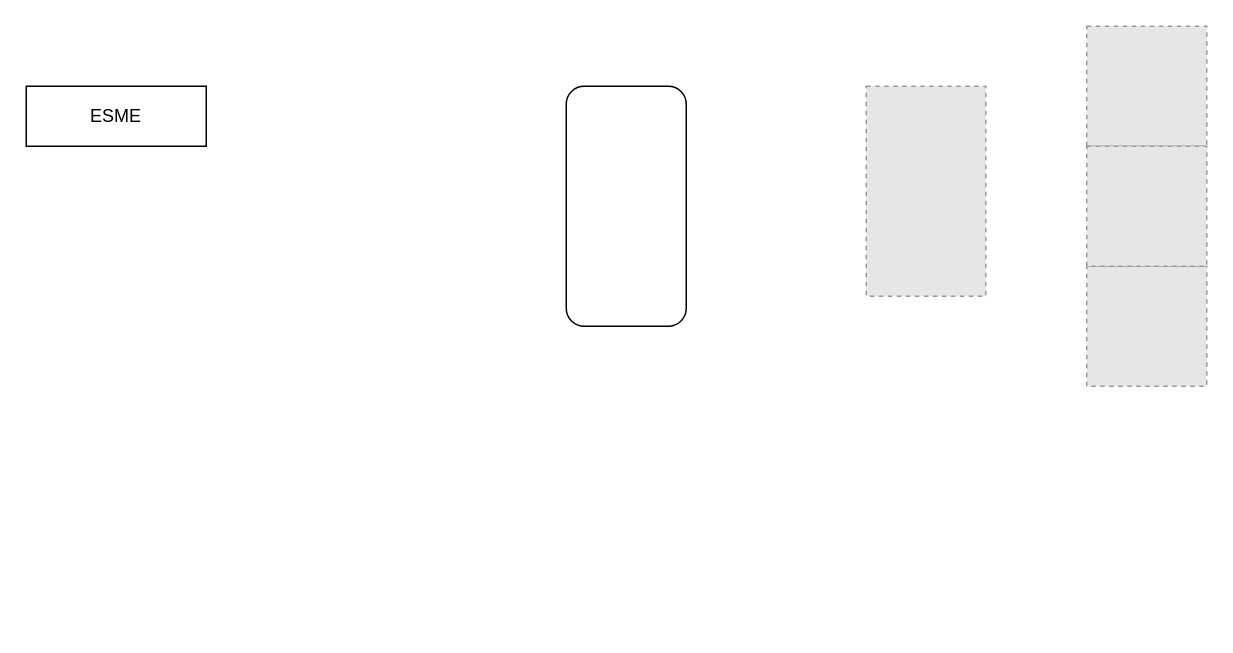
Above: sms_smpp.drawio in PavelKozlov1983/PavelKozlov1983 (draw.io), before the change. Source tidied: cells renumbered, new cells numbered last; positions are measured from the earlier drawing's top-left corner, leaving out a move shared by most shapes. Both pictures are drawn from the tidied source at 150%, with x=0, y=0 at pixel (26, 26). Pictures stored in the file or linked from it are replaced by grey dashed boxes.
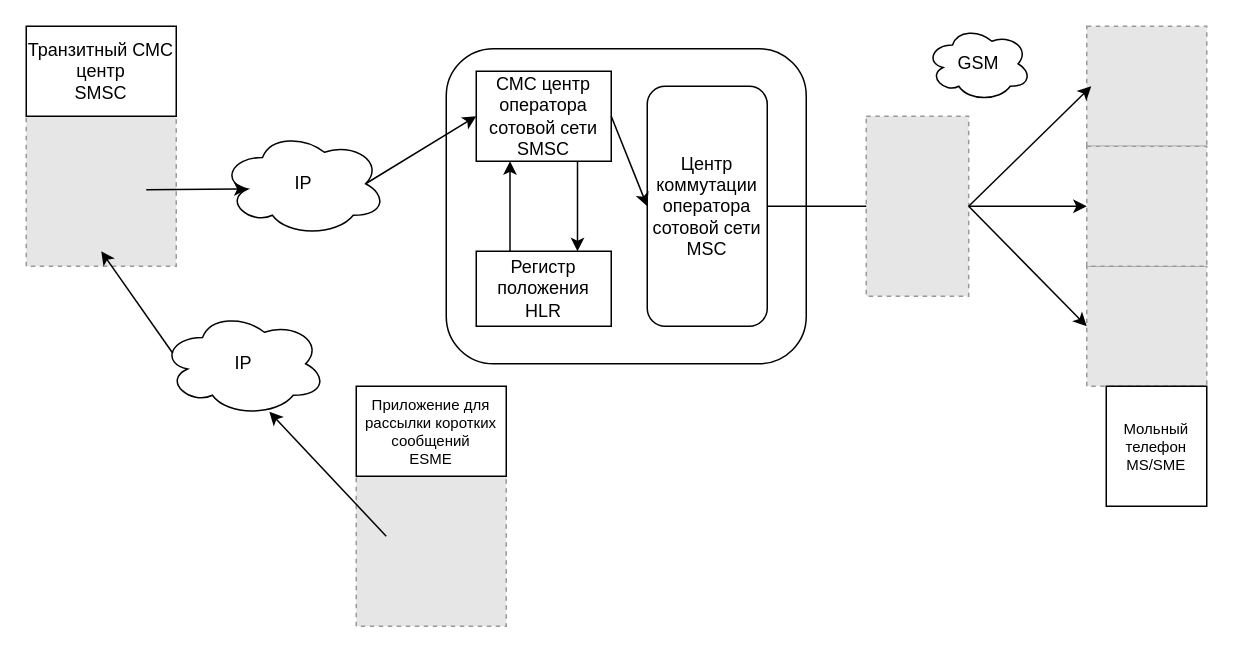
The same page after the edit.

The change refers to these unchanged cells:
```xml
<mxCell id="4" style="fillColor=#E6E6E6;strokeColor=#999999;dashed=1;verticalLabelPosition=bottom;labelBackgroundColor=default;verticalAlign=top;" parent="1" vertex="1">
  <mxGeometry x="707" y="160" width="80" height="80" as="geometry" />
</mxCell>
<mxCell id="5" style="fillColor=#E6E6E6;strokeColor=#999999;dashed=1;verticalLabelPosition=bottom;labelBackgroundColor=default;verticalAlign=top;" parent="1" vertex="1">
  <mxGeometry x="707" y="80" width="80" height="80" as="geometry" />
</mxCell>
```

Change to the diagram source:
```diff
@@
-    <mxCell id="2" value="ESME" style="rounded=0;whiteSpace=wrap;html=1;" parent="1" vertex="1">
-      <mxGeometry y="40" width="120" height="40" as="geometry" />
-    </mxCell>
+    <mxCell id="8" style="rounded=1;whiteSpace=wrap;html=1;" parent="1" vertex="1">
+      <mxGeometry x="280" y="15" width="240" height="210" as="geometry" />
+    </mxCell>
@@
-    <mxCell id="6" style="rounded=1;whiteSpace=wrap;html=1;" parent="1" vertex="1">
-      <mxGeometry x="360" y="40" width="80" height="160" as="geometry" />
+    <mxCell id="6" value="&lt;div&gt;Центр коммутации оператора сотовой сети&lt;/div&gt;&lt;div&gt;MSC&lt;br&gt;&lt;/div&gt;" style="rounded=1;whiteSpace=wrap;html=1;" parent="1" vertex="1">
+      <mxGeometry x="414" y="40" width="80" height="160" as="geometry" />
     </mxCell>
     <mxCell id="7" style="fillColor=#E6E6E6;strokeColor=#999999;dashed=1;verticalLabelPosition=bottom;labelBackgroundColor=default;verticalAlign=top;" parent="1" vertex="1">
-      <mxGeometry x="560" y="40" width="79.7" height="140" as="geometry" />
+      <mxGeometry x="560" y="60" width="68.3" height="120" as="geometry" />
     </mxCell>
+    <mxCell id="9" value="GSM" style="ellipse;shape=cloud;whiteSpace=wrap;html=1;" parent="1" vertex="1">
+      <mxGeometry x="600" width="70" height="50" as="geometry" />
+    </mxCell>
+    <mxCell id="10" style="endArrow=classic;html=1;rounded=0;exitX=1;exitY=0.5;exitDx=0;exitDy=0;" parent="1" edge="1" source="7">
+      <mxGeometry relative="1" as="geometry">
+        <mxPoint x="710" y="40" as="targetPoint" />
+      </mxGeometry>
+    </mxCell>
+    <mxCell id="11" style="endArrow=classic;html=1;rounded=0;exitX=1;exitY=0.5;exitDx=0;exitDy=0;entryX=0;entryY=0.5;entryDx=0;entryDy=0;" parent="1" edge="1" source="7" target="4">
+      <mxGeometry relative="1" as="geometry" />
+    </mxCell>
+    <mxCell id="12" style="endArrow=classic;html=1;rounded=0;exitX=1;exitY=0.5;exitDx=0;exitDy=0;entryX=0;entryY=0.5;entryDx=0;entryDy=0;" parent="1" edge="1" source="7" target="5">
+      <mxGeometry relative="1" as="geometry" />
+    </mxCell>
+    <mxCell id="13" style="endArrow=none;html=1;rounded=0;entryX=0;entryY=0.5;entryDx=0;entryDy=0;exitX=1;exitY=0.5;exitDx=0;exitDy=0;" parent="1" edge="1" source="6" target="7">
+      <mxGeometry relative="1" as="geometry" />
+    </mxCell>
+    <mxCell id="14" value="&lt;div&gt;СМС центр оператора сотовой сети&lt;/div&gt;&lt;div&gt;SMSC &lt;/div&gt;" style="rounded=0;whiteSpace=wrap;html=1;" parent="1" vertex="1">
+      <mxGeometry x="300" y="30" width="90" height="60" as="geometry" />
+    </mxCell>
+    <mxCell id="15" value="&lt;div&gt;Регистр положения&lt;/div&gt;&lt;div&gt;HLR&lt;br&gt;&lt;/div&gt;" style="rounded=0;whiteSpace=wrap;html=1;" parent="1" vertex="1">
+      <mxGeometry x="300" y="150" width="90" height="50" as="geometry" />
+    </mxCell>
+    <mxCell id="16" style="endArrow=classic;html=1;rounded=0;exitX=0.25;exitY=0;exitDx=0;exitDy=0;entryX=0.25;entryY=1;entryDx=0;entryDy=0;" parent="1" edge="1" source="15" target="14">
+      <mxGeometry relative="1" as="geometry" />
+    </mxCell>
+    <mxCell id="17" style="endArrow=classic;html=1;rounded=0;exitX=0.75;exitY=1;exitDx=0;exitDy=0;entryX=0.75;entryY=0;entryDx=0;entryDy=0;" parent="1" edge="1" source="14" target="15">
+      <mxGeometry relative="1" as="geometry" />
+    </mxCell>
+    <mxCell id="18" style="endArrow=classic;html=1;rounded=0;exitX=1;exitY=0.5;exitDx=0;exitDy=0;entryX=0;entryY=0.5;entryDx=0;entryDy=0;" parent="1" edge="1" source="14" target="6">
+      <mxGeometry relative="1" as="geometry" />
+    </mxCell>
+    <mxCell id="19" style="fillColor=#E6E6E6;strokeColor=#999999;dashed=1;verticalLabelPosition=bottom;labelBackgroundColor=default;verticalAlign=top;" parent="1" vertex="1">
+      <mxGeometry y="60" width="100" height="100" as="geometry" />
+    </mxCell>
+    <mxCell id="2" value="&lt;div&gt;Транзитный СМС центр&lt;/div&gt;SMSC" style="rounded=0;whiteSpace=wrap;html=1;" parent="1" vertex="1">
+      <mxGeometry width="100" height="60" as="geometry" />
+    </mxCell>
+    <mxCell id="20" value="IP" style="ellipse;shape=cloud;whiteSpace=wrap;html=1;" parent="1" vertex="1">
+      <mxGeometry x="130" y="70" width="110" height="70" as="geometry" />
+    </mxCell>
+    <mxCell id="21" style="endArrow=classic;html=1;rounded=0;exitX=0.875;exitY=0.5;exitDx=0;exitDy=0;exitPerimeter=0;entryX=0;entryY=0.5;entryDx=0;entryDy=0;" parent="1" edge="1" source="20" target="14">
+      <mxGeometry relative="1" as="geometry" />
+    </mxCell>
+    <mxCell id="22" style="endArrow=classic;html=1;rounded=0;entryX=0.16;entryY=0.55;entryDx=0;entryDy=0;entryPerimeter=0;" parent="1" edge="1" target="20">
+      <mxGeometry relative="1" as="geometry">
+        <mxPoint x="80" y="109" as="sourcePoint" />
+      </mxGeometry>
+    </mxCell>
+    <mxCell id="23" value="IP" style="ellipse;shape=cloud;whiteSpace=wrap;html=1;" parent="1" vertex="1">
+      <mxGeometry x="90" y="190" width="110" height="70" as="geometry" />
+    </mxCell>
+    <mxCell id="24" style="fillColor=#E6E6E6;strokeColor=#999999;dashed=1;verticalLabelPosition=bottom;labelBackgroundColor=default;verticalAlign=top;" parent="1" vertex="1">
+      <mxGeometry x="220" y="300" width="100" height="100" as="geometry" />
+    </mxCell>
+    <mxCell id="25" value="&lt;div&gt;Приложение для рассылки коротких сообщений&lt;/div&gt;&lt;div&gt;ESME&lt;br&gt;&lt;/div&gt;" style="rounded=0;whiteSpace=wrap;html=1;fontSize=10;" parent="1" vertex="1">
+      <mxGeometry x="220" y="240" width="100" height="60" as="geometry" />
+    </mxCell>
+    <mxCell id="26" style="endArrow=classic;html=1;rounded=0;exitX=0.07;exitY=0.4;exitDx=0;exitDy=0;exitPerimeter=0;" parent="1" edge="1" source="23">
+      <mxGeometry relative="1" as="geometry">
+        <mxPoint x="50" y="150" as="targetPoint" />
+      </mxGeometry>
+    </mxCell>
+    <mxCell id="27" style="endArrow=classic;html=1;rounded=0;entryX=0.655;entryY=0.957;entryDx=0;entryDy=0;entryPerimeter=0;" parent="1" edge="1" target="23">
+      <mxGeometry relative="1" as="geometry">
+        <mxPoint x="240" y="340" as="sourcePoint" />
+      </mxGeometry>
+    </mxCell>
+    <mxCell id="28" value="&lt;div&gt;Мольный телефон&lt;br&gt;&lt;/div&gt;&lt;div&gt;MS/SME&lt;/div&gt;" style="rounded=0;whiteSpace=wrap;html=1;fontSize=10;" parent="1" vertex="1">
+      <mxGeometry x="720" y="240" width="67" height="80" as="geometry" />
+    </mxCell>
```
